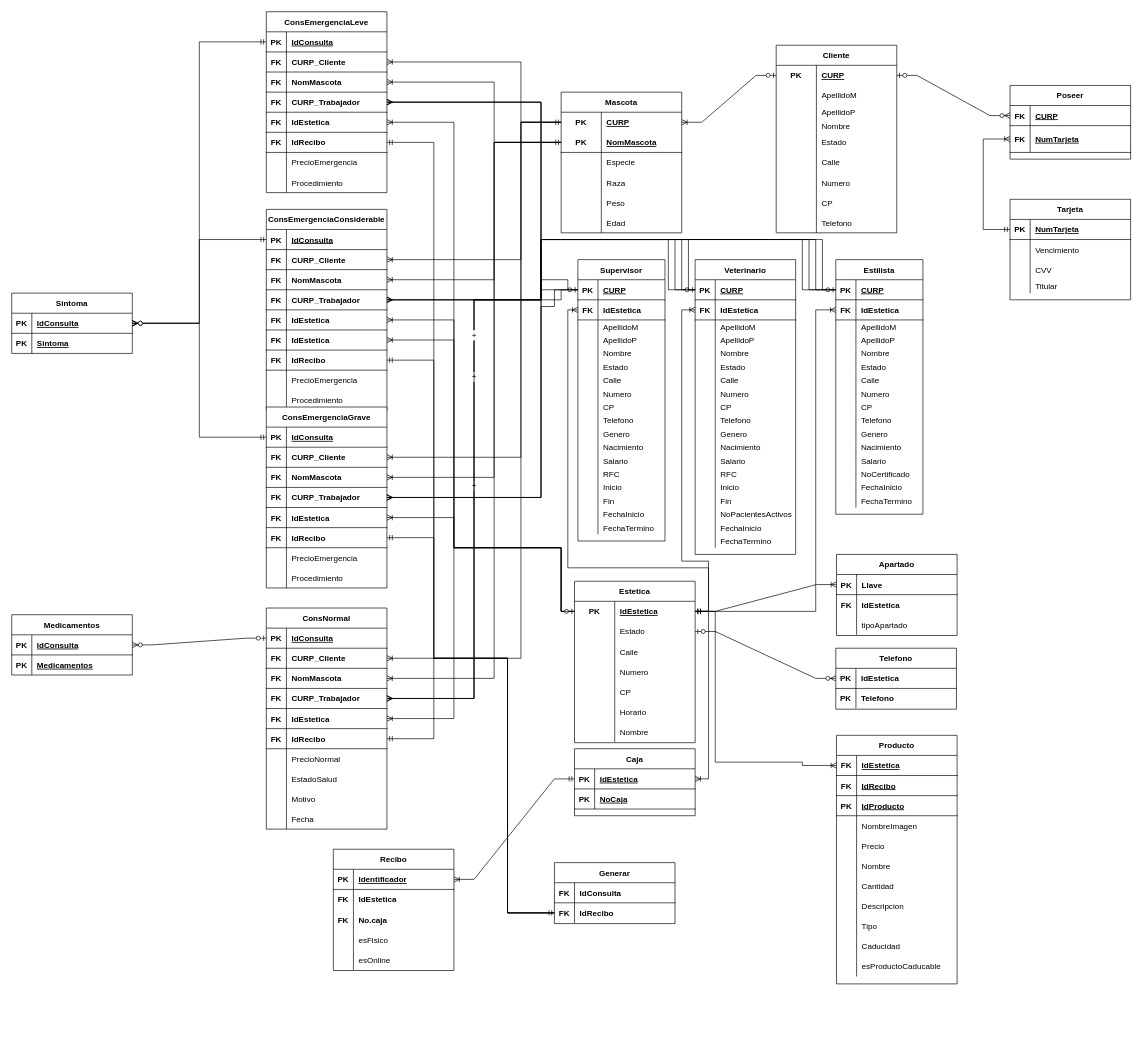
The draw.io diagram RelacionalAlfa.drawio in FBD-Alfa/Practica05, before the edit. Source tidied: cells renumbered, new cells numbered last; positions are measured from the earlier drawing's top-left corner, leaving out a move shared by most shapes. Both pictures are drawn from the tidied source at 67%, with x=0, y=0 at pixel (11, 11).
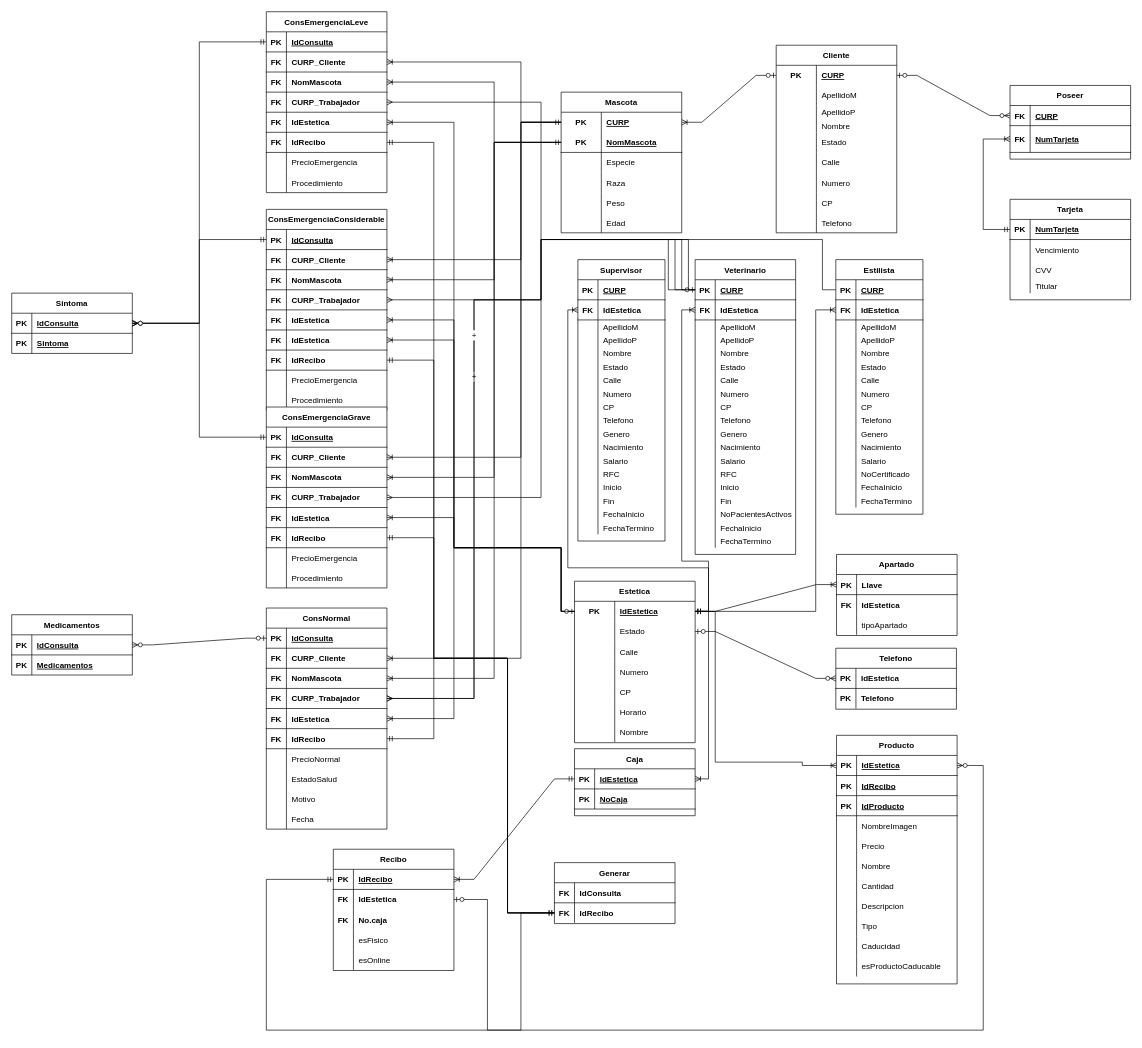
The same page after the edit.

The change refers to these unchanged cells:
```xml
<mxCell id="12" style="shape=tableRow;horizontal=0;startSize=0;swimlaneHead=0;swimlaneBody=0;fillColor=none;points=[[0,0.5],[1,0.5]];portConstraint=eastwest;top=0;left=0;right=0;bottom=1;" parent="2" vertex="1">
  <mxGeometry y="120" width="180" height="30" as="geometry" />
</mxCell>
<mxCell id="37" style="shape=tableRow;horizontal=0;startSize=0;swimlaneHead=0;swimlaneBody=0;fillColor=none;points=[[0,0.5],[1,0.5]];portConstraint=eastwest;top=0;left=0;right=0;bottom=1;" parent="27" vertex="1">
  <mxGeometry y="120" width="180" height="30" as="geometry" />
</mxCell>
<mxCell id="65" style="shape=tableRow;horizontal=0;startSize=0;swimlaneHead=0;swimlaneBody=0;fillColor=none;points=[[0,0.5],[1,0.5]];portConstraint=eastwest;top=0;left=0;right=0;bottom=1;" parent="55" vertex="1">
  <mxGeometry y="120" width="180" height="30" as="geometry" />
</mxCell>
<mxCell id="90" style="shape=tableRow;horizontal=0;startSize=0;swimlaneHead=0;swimlaneBody=0;fillColor=none;points=[[0,0.5],[1,0.5]];portConstraint=eastwest;top=0;left=0;right=0;bottom=1;" parent="80" vertex="1">
  <mxGeometry y="120" width="180" height="30" as="geometry" />
</mxCell>
<mxCell id="198" style="shape=tableRow;horizontal=0;startSize=0;swimlaneHead=0;swimlaneBody=0;fillColor=none;points=[[0,0.5],[1,0.5]];portConstraint=eastwest;top=0;left=0;right=0;bottom=0;" parent="194" vertex="1">
  <mxGeometry y="60" width="180" height="30" as="geometry" />
</mxCell>
<mxCell id="228" style="shape=tableRow;horizontal=0;startSize=0;swimlaneHead=0;swimlaneBody=0;fillColor=none;points=[[0,0.5],[1,0.5]];portConstraint=eastwest;top=0;left=0;right=0;bottom=1;" parent="227" vertex="1">
  <mxGeometry y="30" width="180" height="30" as="geometry" />
</mxCell>
<mxCell id="231" style="shape=tableRow;horizontal=0;startSize=0;swimlaneHead=0;swimlaneBody=0;fillColor=none;top=0;left=0;right=0;bottom=1;" parent="227" vertex="1">
  <mxGeometry y="60" width="180" height="30" as="geometry" />
</mxCell>
<mxCell id="285" style="shape=tableRow;horizontal=0;startSize=0;swimlaneHead=0;swimlaneBody=0;fillColor=none;points=[[0,0.5],[1,0.5]];portConstraint=eastwest;top=0;left=0;right=0;bottom=1;" parent="284" vertex="1">
  <mxGeometry y="30" width="130" height="30" as="geometry" />
</mxCell>
<mxCell id="398" style="shape=tableRow;horizontal=0;startSize=0;swimlaneHead=0;swimlaneBody=0;fillColor=none;points=[[0,0.5],[1,0.5]];portConstraint=eastwest;top=0;left=0;right=0;bottom=1;" parent="397" vertex="1">
  <mxGeometry y="30" width="130" height="30" as="geometry" />
</mxCell>
<mxCell id="462" style="shape=tableRow;horizontal=0;startSize=0;swimlaneHead=0;swimlaneBody=0;fillColor=none;points=[[0,0.5],[1,0.5]];portConstraint=eastwest;top=0;left=0;right=0;bottom=1;" parent="461" vertex="1">
  <mxGeometry y="30" width="180" height="30" as="geometry" />
</mxCell>
<mxCell id="465" style="shape=tableRow;horizontal=0;startSize=0;swimlaneHead=0;swimlaneBody=0;fillColor=none;points=[[0,0.5],[1,0.5]];portConstraint=eastwest;top=0;left=0;right=0;bottom=0;" parent="461" vertex="1">
  <mxGeometry y="60" width="180" height="30" as="geometry" />
</mxCell>
```

Diff of the diagram source:
```diff
@@
-    <mxCell id="209" style="edgeStyle=orthogonalEdgeStyle;fontSize=12;html=1;endArrow=ERmany;startArrow=ERzeroToOne;rounded=0;exitX=0;exitY=0.5;exitDx=0;exitDy=0;entryX=1;entryY=0.5;entryDx=0;entryDy=0;endFill=0;" parent="1" edge="1" source="285" target="12">
-      <mxGeometry relative="1" as="geometry">
-        <Array as="points">
-          <mxPoint x="790" y="415" />
-          <mxPoint x="790" y="135" />
-        </Array>
-      </mxGeometry>
-    </mxCell>
-    <mxCell id="210" style="edgeStyle=orthogonalEdgeStyle;fontSize=12;html=1;endArrow=ERmany;rounded=0;entryX=1;entryY=0.5;entryDx=0;entryDy=0;exitX=0;exitY=0.5;exitDx=0;exitDy=0;endFill=0;" parent="1" edge="1" source="285" target="37">
-      <mxGeometry relative="1" as="geometry">
-        <Array as="points">
-          <mxPoint x="830" y="415" />
-          <mxPoint x="830" y="400" />
-          <mxPoint x="790" y="400" />
-          <mxPoint x="790" y="430" />
-        </Array>
-      </mxGeometry>
-    </mxCell>
-    <mxCell id="211" style="edgeStyle=orthogonalEdgeStyle;fontSize=12;html=1;endArrow=ERmany;rounded=0;entryX=1;entryY=0.5;entryDx=0;entryDy=0;exitX=0;exitY=0.5;exitDx=0;exitDy=0;endFill=0;" parent="1" edge="1" source="285" target="65">
-      <mxGeometry relative="1" as="geometry">
-        <Array as="points">
-          <mxPoint x="810" y="415" />
-          <mxPoint x="810" y="440" />
-          <mxPoint x="790" y="440" />
-          <mxPoint x="790" y="725" />
-        </Array>
-      </mxGeometry>
-    </mxCell>
-    <mxCell id="212" value="+" style="edgeStyle=orthogonalEdgeStyle;fontSize=12;html=1;endArrow=ERmany;rounded=0;entryX=1;entryY=0.5;entryDx=0;entryDy=0;exitX=0;exitY=0.5;exitDx=0;exitDy=0;endFill=0;" parent="1" edge="1" source="285" target="90">
-      <mxGeometry relative="1" as="geometry">
-        <Array as="points">
-          <mxPoint x="820" y="415" />
-          <mxPoint x="820" y="430" />
-          <mxPoint x="690" y="430" />
-          <mxPoint x="690" y="1025" />
-        </Array>
-      </mxGeometry>
-    </mxCell>
@@
-    <mxCell id="229" value="FK" style="shape=partialRectangle;fillColor=none;top=0;left=0;bottom=0;right=0;fontStyle=1;overflow=hidden;" parent="228" vertex="1">
+    <mxCell id="229" value="PK" style="shape=partialRectangle;fillColor=none;top=0;left=0;bottom=0;right=0;fontStyle=1;overflow=hidden;" parent="228" vertex="1">
       <mxGeometry width="30" height="30" as="geometry" />
     </mxCell>
@@
-    <mxCell id="232" value="FK" style="shape=partialRectangle;fillColor=none;top=0;left=0;bottom=0;right=0;fontStyle=1;overflow=hidden;" parent="231" vertex="1">
+    <mxCell id="232" value="PK" style="shape=partialRectangle;fillColor=none;top=0;left=0;bottom=0;right=0;fontStyle=1;overflow=hidden;" parent="231" vertex="1">
       <mxGeometry width="30" height="30" as="geometry" />
     </mxCell>
@@
-    <mxCell id="447" style="edgeStyle=orthogonalEdgeStyle;fontSize=12;html=1;endArrow=ERmany;startArrow=ERzeroToOne;rounded=0;exitX=0;exitY=0.5;exitDx=0;exitDy=0;entryX=1;entryY=0.5;entryDx=0;entryDy=0;endFill=0;" parent="1" edge="1" source="398" target="12">
-      <mxGeometry relative="1" as="geometry">
-        <Array as="points">
-          <mxPoint x="1190" y="415" />
-          <mxPoint x="1190" y="340" />
-          <mxPoint x="790" y="340" />
-          <mxPoint x="790" y="135" />
-        </Array>
-      </mxGeometry>
-    </mxCell>
@@
-    <mxCell id="449" style="edgeStyle=orthogonalEdgeStyle;fontSize=12;html=1;endArrow=ERmany;rounded=0;entryX=1;entryY=0.5;entryDx=0;entryDy=0;exitX=0;exitY=0.5;exitDx=0;exitDy=0;endFill=0;" parent="1" edge="1" source="398" target="65">
-      <mxGeometry relative="1" as="geometry">
-        <Array as="points">
-          <mxPoint x="1180" y="415" />
-          <mxPoint x="1180" y="340" />
-          <mxPoint x="790" y="340" />
-          <mxPoint x="790" y="725" />
-        </Array>
-      </mxGeometry>
-    </mxCell>
@@
-    <mxCell id="464" value="Identificador" style="shape=partialRectangle;fillColor=none;top=0;left=0;bottom=0;right=0;align=left;spacingLeft=6;fontStyle=5;overflow=hidden;" parent="462" vertex="1">
+    <mxCell id="464" value="IdRecibo" style="shape=partialRectangle;fillColor=none;top=0;left=0;bottom=0;right=0;align=left;spacingLeft=6;fontStyle=5;overflow=hidden;" parent="462" vertex="1">
       <mxGeometry x="30" width="150" height="30" as="geometry" />
     </mxCell>
@@
-    <mxCell id="498" style="edgeStyle=orthogonalEdgeStyle;fontSize=12;html=1;endArrow=ERmany;rounded=0;entryX=1;entryY=0.5;entryDx=0;entryDy=0;exitX=0;exitY=0.5;exitDx=0;exitDy=0;endFill=0;" parent="1" edge="1" source="398" target="37">
-      <mxGeometry relative="1" as="geometry">
-        <Array as="points">
-          <mxPoint x="1200" y="415" />
-          <mxPoint x="1200" y="340" />
-          <mxPoint x="790" y="340" />
-          <mxPoint x="790" y="430" />
-        </Array>
-      </mxGeometry>
-    </mxCell>
@@
+    <mxCell id="501" style="edgeStyle=orthogonalEdgeStyle;fontSize=12;html=1;endArrow=ERmandOne;rounded=0;entryX=0;entryY=0.5;entryDx=0;entryDy=0;startArrow=ERmandOne;startFill=0;exitX=0;exitY=0.5;exitDx=0;exitDy=0;" parent="1" edge="1" source="198" target="462">
+      <mxGeometry relative="1" as="geometry">
+        <Array as="points">
+          <mxPoint x="760" y="1345" />
+          <mxPoint x="760" y="1520" />
+          <mxPoint x="380" y="1520" />
+          <mxPoint x="380" y="1295" />
+        </Array>
+      </mxGeometry>
+    </mxCell>
+    <mxCell id="502" style="edgeStyle=orthogonalEdgeStyle;fontSize=12;html=1;endArrow=ERzeroToMany;startArrow=ERzeroToOne;rounded=0;exitX=1;exitY=0.5;exitDx=0;exitDy=0;entryX=1;entryY=0.5;entryDx=0;entryDy=0;" parent="1" edge="1" source="465" target="228">
+      <mxGeometry relative="1" as="geometry">
+        <Array as="points">
+          <mxPoint x="710" y="1325" />
+          <mxPoint x="710" y="1520" />
+          <mxPoint x="1450" y="1520" />
+          <mxPoint x="1450" y="1125" />
+        </Array>
+      </mxGeometry>
+    </mxCell>
```
